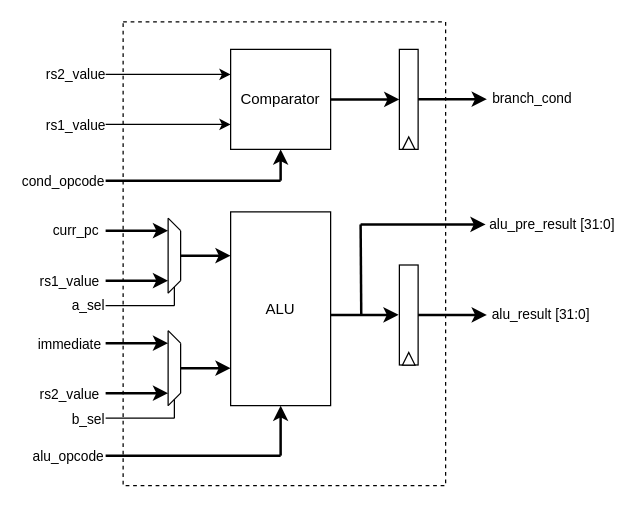
This is docs/images/IE_BD.drawio from mircotoll01/VHDL-RISC-V, a draw.io file, before an edit. Source tidied: cells renumbered, new cells numbered last; positions are measured from the earlier drawing's top-left corner, leaving out a move shared by most shapes. Both pictures are drawn from the tidied source at 125%, with x=0, y=0 at pixel (105, 21).
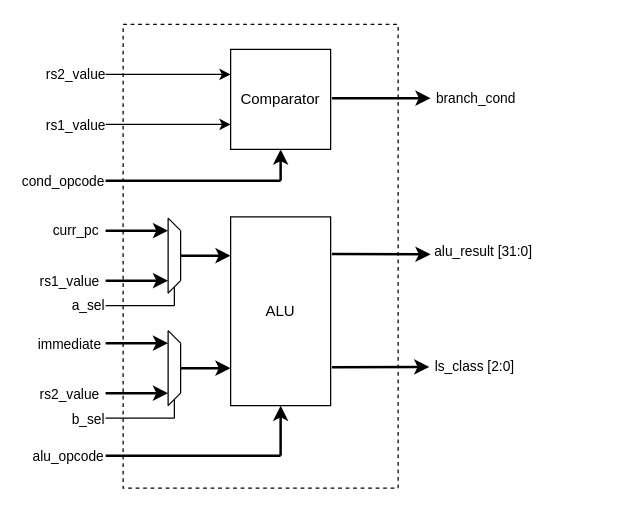
The same diagram, later.

Change to the diagram source:
```diff
@@
-    <mxCell id="3" style="rounded=0;whiteSpace=wrap;html=1;rotation=-90;" parent="1" vertex="1">
-      <mxGeometry x="202.5" y="54.5" width="80" height="15" as="geometry" />
-    </mxCell>
@@
     <mxCell id="12" value="&lt;div&gt;ALU&lt;/div&gt;" style="rounded=0;whiteSpace=wrap;html=1;rotation=0;" parent="1" vertex="1">
-      <mxGeometry x="100" y="152" width="80" height="155" as="geometry" />
+      <mxGeometry x="100" y="156" width="80" height="151" as="geometry" />
     </mxCell>
@@
-    <mxCell id="39" style="triangle;whiteSpace=wrap;html=1;rotation=-90;" parent="1" vertex="1">
-      <mxGeometry x="237.5" y="92" width="10" height="10" as="geometry" />
-    </mxCell>
-    <mxCell id="40" style="rounded=0;whiteSpace=wrap;html=1;rotation=-90;" parent="1" vertex="1">
-      <mxGeometry x="202.5" y="227" width="80" height="15" as="geometry" />
-    </mxCell>
-    <mxCell id="41" style="triangle;whiteSpace=wrap;html=1;rotation=-90;" parent="1" vertex="1">
-      <mxGeometry x="237.5" y="264.5" width="10" height="10" as="geometry" />
-    </mxCell>
-    <mxCell id="42" style="endArrow=classic;html=1;rounded=0;entryX=0.5;entryY=0;entryDx=0;entryDy=0;strokeWidth=2;" parent="1" edge="1" target="3">
-      <mxGeometry relative="1" as="geometry">
-        <mxPoint x="180" y="62" as="sourcePoint" />
-      </mxGeometry>
-    </mxCell>
-    <mxCell id="43" style="endArrow=classic;html=1;rounded=0;entryX=0.5;entryY=0;entryDx=0;entryDy=0;strokeWidth=2;" parent="1" edge="1">
+    <mxCell id="43" style="endArrow=classic;html=1;rounded=0;strokeWidth=2;" parent="1" edge="1">
       <mxGeometry relative="1" as="geometry">
-        <mxPoint x="250" y="61.8" as="sourcePoint" />
-        <mxPoint x="305" y="61.8" as="targetPoint" />
+        <mxPoint x="181" y="61" as="sourcePoint" />
+        <mxPoint x="260" y="61" as="targetPoint" />
       </mxGeometry>
     </mxCell>
     <mxCell id="44" value="branch_cond" style="edgeLabel;html=1;align=center;verticalAlign=middle;" parent="43" vertex="1">
       <mxGeometry x="0.64" y="2" relative="1" as="geometry">
-        <mxPoint x="45" y="1" as="offset" />
+        <mxPoint x="49" y="1" as="offset" />
       </mxGeometry>
     </mxCell>
-    <mxCell id="45" style="endArrow=classic;html=1;rounded=0;entryX=0.5;entryY=0;entryDx=0;entryDy=0;strokeWidth=2;exitX=1.008;exitY=0.532;exitDx=0;exitDy=0;exitPerimeter=0;" parent="1" edge="1">
-      <mxGeometry relative="1" as="geometry">
-        <mxPoint x="180" y="234.5" as="sourcePoint" />
-        <mxPoint x="234.4" y="234.4" as="targetPoint" />
-      </mxGeometry>
-    </mxCell>
-    <mxCell id="46" style="endArrow=classic;html=1;rounded=0;entryX=0.5;entryY=0;entryDx=0;entryDy=0;strokeWidth=2;" parent="1" edge="1">
+    <mxCell id="46" style="endArrow=classic;html=1;rounded=0;strokeWidth=2;" parent="1" edge="1">
       <mxGeometry relative="1" as="geometry">
-        <mxPoint x="250" y="234.4" as="sourcePoint" />
-        <mxPoint x="305" y="234.4" as="targetPoint" />
+        <mxPoint x="181" y="185.7" as="sourcePoint" />
+        <mxPoint x="260" y="186" as="targetPoint" />
       </mxGeometry>
     </mxCell>
     <mxCell id="47" value="alu_result [31:0]" style="edgeLabel;html=1;align=center;verticalAlign=middle;" parent="46" vertex="1">
       <mxGeometry x="0.44" y="1" relative="1" as="geometry">
-        <mxPoint x="57" as="offset" />
+        <mxPoint x="63" y="-1" as="offset" />
       </mxGeometry>
     </mxCell>
-    <mxCell id="48" style="endArrow=none;html=1;rounded=0;strokeWidth=2;" parent="1" edge="1">
-      <mxGeometry relative="1" as="geometry">
-        <mxPoint x="204.5" y="234" as="sourcePoint" />
-        <mxPoint x="204" y="162" as="targetPoint" />
-      </mxGeometry>
-    </mxCell>
-    <mxCell id="49" style="endArrow=classic;html=1;rounded=0;strokeWidth=2;" parent="1" edge="1">
-      <mxGeometry relative="1" as="geometry">
-        <mxPoint x="204" y="162" as="sourcePoint" />
-        <mxPoint x="304" y="162" as="targetPoint" />
-      </mxGeometry>
-    </mxCell>
-    <mxCell id="50" value="alu_pre_result [31:0]" style="edgeLabel;html=1;align=center;verticalAlign=middle;" parent="49" vertex="1">
-      <mxGeometry x="0.78" y="1" relative="1" as="geometry">
-        <mxPoint x="63" as="offset" />
-      </mxGeometry>
-    </mxCell>
     <mxCell id="51" style="rounded=0;whiteSpace=wrap;html=1;fillColor=none;dashed=1;" parent="1" vertex="1">
-      <mxGeometry x="14" width="258" height="371" as="geometry" />
+      <mxGeometry x="14" y="2" width="220" height="371" as="geometry" />
     </mxCell>
+    <mxCell id="52" style="endArrow=classic;html=1;rounded=0;strokeWidth=2;" parent="1" edge="1">
+      <mxGeometry relative="1" as="geometry">
+        <mxPoint x="181" y="276.2" as="sourcePoint" />
+        <mxPoint x="259" y="276" as="targetPoint" />
+      </mxGeometry>
+    </mxCell>
+    <mxCell id="53" value="ls_class [2:0]" style="edgeLabel;html=1;align=center;verticalAlign=middle;" parent="52" vertex="1">
+      <mxGeometry x="0.44" y="1" relative="1" as="geometry">
+        <mxPoint x="58" as="offset" />
+      </mxGeometry>
+    </mxCell>
```
